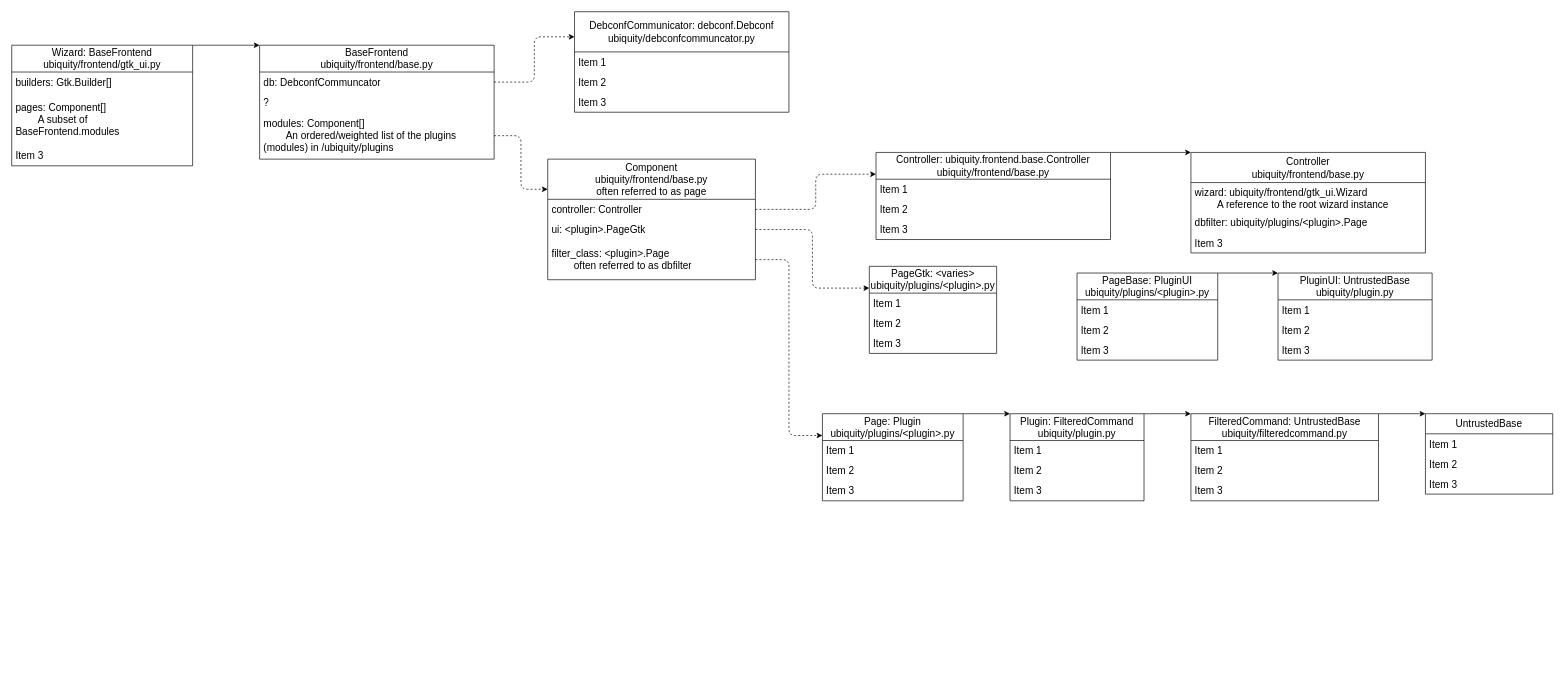
The draw.io diagram notes.drawio in austinwk/ubiquity, before the edit. Source tidied: cells renumbered, new cells numbered last; positions are measured from the earlier drawing's top-left corner, leaving out a move shared by most shapes. Both pictures are drawn from the tidied source at 67%, with x=0, y=0 at pixel (11, 11).
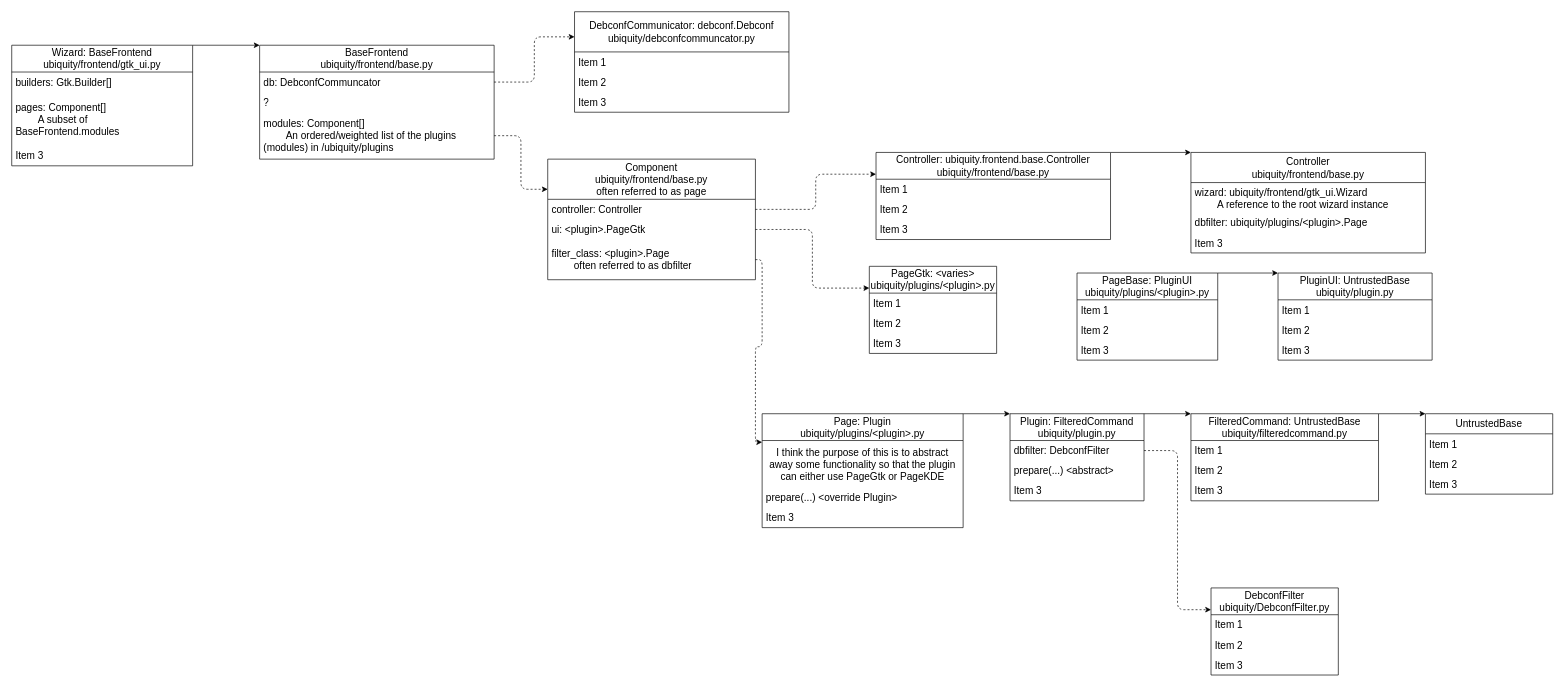
The same diagram, later.

The change refers to these unchanged cells:
```xml
<mxCell id="42" value="Plugin: FilteredCommand&lt;br&gt;ubiquity/plugin.py" style="swimlane;fontStyle=0;horizontal=1;startSize=40;whiteSpace=wrap;html=1;fontSize=15;" parent="1" vertex="1">
  <mxGeometry x="1490" y="600" width="200" height="130" as="geometry" />
</mxCell>
```

What changed in the source:
```diff
@@
     <mxCell id="16" value="Page: Plugin&lt;br&gt;ubiquity/plugins/&amp;lt;plugin&amp;gt;.py" style="swimlane;fontStyle=0;horizontal=1;startSize=40;whiteSpace=wrap;html=1;fontSize=15;" parent="1" vertex="1">
-      <mxGeometry x="1210" y="600" width="210" height="130" as="geometry" />
+      <mxGeometry x="1120" y="600" width="300" height="170" as="geometry" />
     </mxCell>
-    <mxCell id="17" value="Item 1" style="text;strokeColor=none;fillColor=none;align=left;verticalAlign=middle;spacingLeft=4;spacingRight=4;overflow=hidden;whiteSpace=wrap;html=1;fontSize=15;" parent="16" vertex="1">
-      <mxGeometry y="40" width="210" height="30" as="geometry" />
+    <mxCell id="17" value="I think the purpose of this is to abstract away some functionality so that the plugin can either use PageGtk or PageKDE" style="text;strokeColor=none;fillColor=none;align=center;verticalAlign=middle;spacingLeft=4;spacingRight=4;overflow=hidden;whiteSpace=wrap;html=1;fontSize=15;" parent="16" vertex="1">
+      <mxGeometry y="40" width="300" height="70" as="geometry" />
     </mxCell>
-    <mxCell id="18" value="Item 2" style="text;strokeColor=none;fillColor=none;align=left;verticalAlign=middle;spacingLeft=4;spacingRight=4;overflow=hidden;whiteSpace=wrap;html=1;fontSize=15;" parent="16" vertex="1">
-      <mxGeometry y="70" width="210" height="30" as="geometry" />
+    <mxCell id="18" value="prepare(...) &amp;lt;override Plugin&amp;gt;" style="text;strokeColor=none;fillColor=none;align=left;verticalAlign=middle;spacingLeft=4;spacingRight=4;overflow=hidden;whiteSpace=wrap;html=1;fontSize=15;" parent="16" vertex="1">
+      <mxGeometry y="110" width="300" height="30" as="geometry" />
     </mxCell>
     <mxCell id="19" value="Item 3" style="text;strokeColor=none;fillColor=none;align=left;verticalAlign=middle;spacingLeft=4;spacingRight=4;overflow=hidden;whiteSpace=wrap;html=1;fontSize=15;" parent="16" vertex="1">
-      <mxGeometry y="100" width="210" height="30" as="geometry" />
+      <mxGeometry y="140" width="300" height="30" as="geometry" />
     </mxCell>
@@
+    <mxCell id="44" value="dbfilter: DebconfFilter" style="text;strokeColor=none;fillColor=none;align=left;verticalAlign=middle;spacingLeft=4;spacingRight=4;overflow=hidden;points=[[0,0.5],[1,0.5]];portConstraint=eastwest;whiteSpace=wrap;html=1;fontSize=15;" parent="42" vertex="1">
+      <mxGeometry y="40" width="200" height="30" as="geometry" />
+    </mxCell>
-    <mxCell id="43" value="Item 1" style="text;strokeColor=none;fillColor=none;align=left;verticalAlign=middle;spacingLeft=4;spacingRight=4;overflow=hidden;whiteSpace=wrap;html=1;fontSize=15;" parent="42" vertex="1">
-      <mxGeometry y="40" width="200" height="30" as="geometry" />
+    <mxCell id="43" value="prepare(...) &amp;lt;abstract&amp;gt;" style="text;strokeColor=none;fillColor=none;align=left;verticalAlign=middle;spacingLeft=4;spacingRight=4;overflow=hidden;whiteSpace=wrap;html=1;fontSize=15;" parent="42" vertex="1">
+      <mxGeometry y="70" width="200" height="30" as="geometry" />
     </mxCell>
-    <mxCell id="44" value="Item 2" style="text;strokeColor=none;fillColor=none;align=left;verticalAlign=middle;spacingLeft=4;spacingRight=4;overflow=hidden;points=[[0,0.5],[1,0.5]];portConstraint=eastwest;whiteSpace=wrap;html=1;fontSize=15;" parent="42" vertex="1">
-      <mxGeometry y="70" width="200" height="30" as="geometry" />
-    </mxCell>
@@
+    <mxCell id="65" value="DebconfFilter&lt;br&gt;ubiquity/DebconfFilter.py" style="swimlane;fontStyle=0;horizontal=1;startSize=40;whiteSpace=wrap;html=1;fontSize=15;" parent="1" vertex="1">
+      <mxGeometry x="1790" y="860" width="190" height="130" as="geometry" />
+    </mxCell>
+    <mxCell id="66" value="Item 1" style="text;strokeColor=none;fillColor=none;align=left;verticalAlign=middle;spacingLeft=4;spacingRight=4;overflow=hidden;whiteSpace=wrap;html=1;fontSize=15;" parent="65" vertex="1">
+      <mxGeometry y="40" width="190" height="30" as="geometry" />
+    </mxCell>
+    <mxCell id="67" value="Item 2" style="text;strokeColor=none;fillColor=none;align=left;verticalAlign=middle;spacingLeft=4;spacingRight=4;overflow=hidden;whiteSpace=wrap;html=1;fontSize=15;" parent="65" vertex="1">
+      <mxGeometry y="70" width="190" height="30" as="geometry" />
+    </mxCell>
+    <mxCell id="68" value="Item 3" style="text;strokeColor=none;fillColor=none;align=left;verticalAlign=middle;spacingLeft=4;spacingRight=4;overflow=hidden;whiteSpace=wrap;html=1;fontSize=15;" parent="65" vertex="1">
+      <mxGeometry y="100" width="190" height="30" as="geometry" />
+    </mxCell>
+    <mxCell id="69" style="edgeStyle=orthogonalEdgeStyle;html=1;exitX=1;exitY=0.5;exitDx=0;exitDy=0;entryX=0;entryY=0.25;entryDx=0;entryDy=0;dashed=1;" parent="1" edge="1" source="44" target="65">
+      <mxGeometry relative="1" as="geometry" />
+    </mxCell>
```
